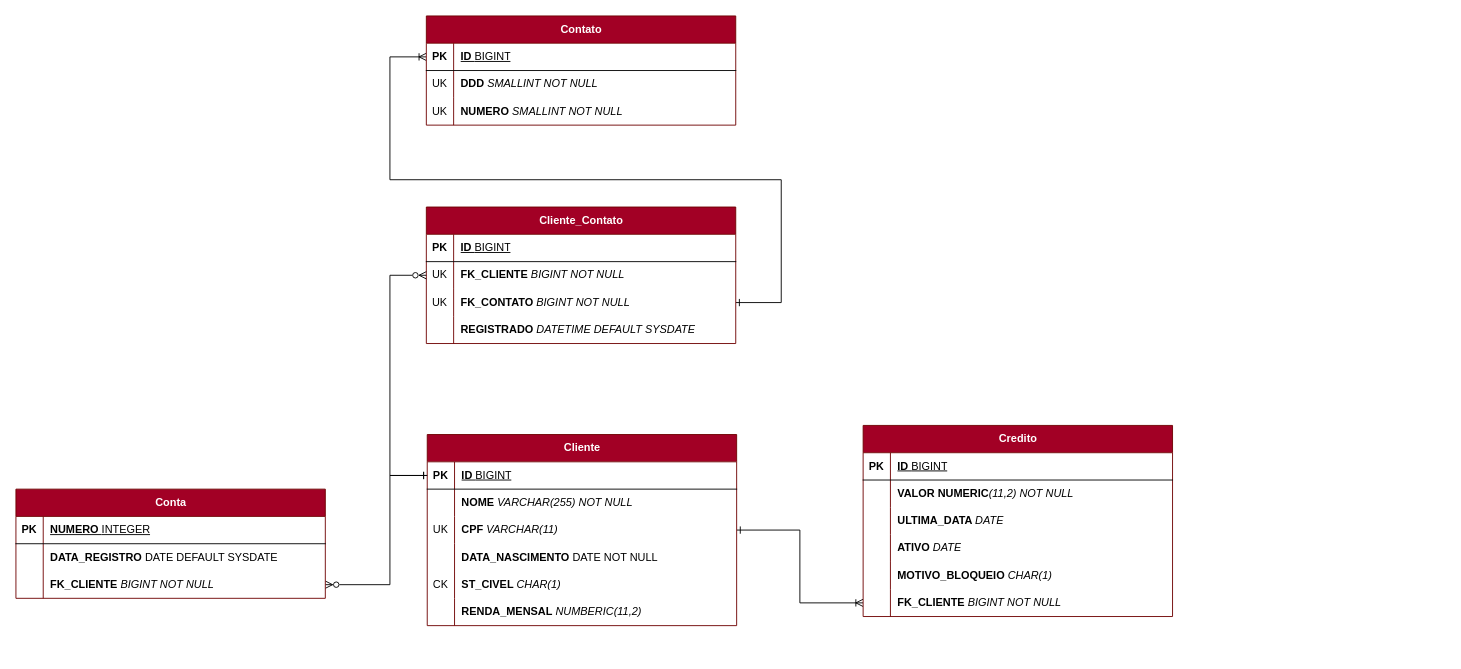
This is src/main/resources/cets/DER.drawio from JAILTONDPAULA/atividade2, a draw.io file, before an edit. Source tidied: cells renumbered, new cells numbered last; positions are measured from the earlier drawing's top-left corner, leaving out a move shared by most shapes. Both pictures are drawn from the tidied source at 91%, with x=0, y=0 at pixel (15, 15).
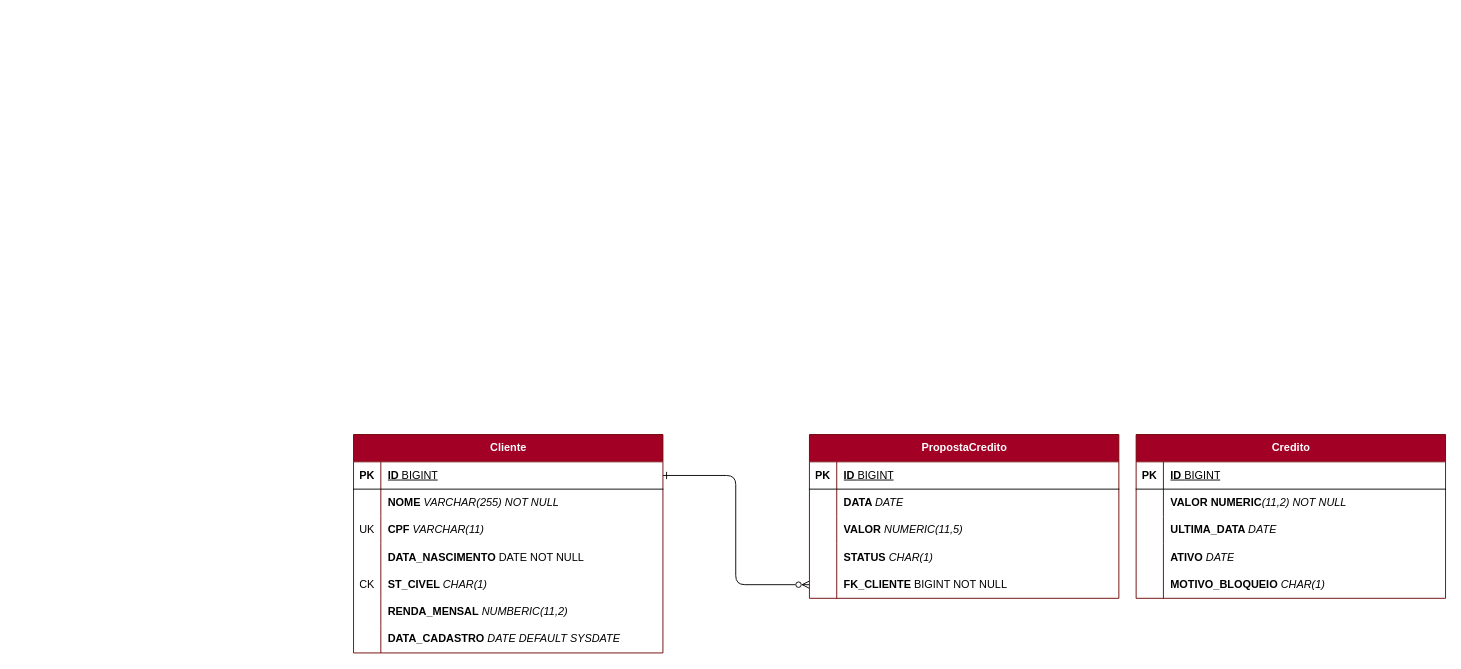
The same diagram, later.

Unchanged cells that the change refers to:
```xml
<mxCell id="5" style="shape=tableRow;horizontal=0;startSize=0;swimlaneHead=0;swimlaneBody=0;fillColor=none;points=[[0,0.5],[1,0.5]];portConstraint=eastwest;top=0;left=0;right=0;bottom=1;" parent="4" vertex="1">
  <mxGeometry y="30" width="340" height="30" as="geometry" />
</mxCell>
```

What changed in the source:
```diff
@@
-    <mxCell id="2" style="edgeStyle=orthogonalEdgeStyle;rounded=0;jettySize=auto;html=1;entryX=1;entryY=0.5;entryDx=0;entryDy=0;exitX=0;exitY=0.5;exitDx=0;exitDy=0;endArrow=ERzeroToMany;endFill=0;startArrow=ERone;startFill=0;" parent="1" edge="1" source="5" target="55">
-      <mxGeometry relative="1" as="geometry">
-        <Array as="points">
-          <mxPoint x="411" y="505" />
-          <mxPoint x="411" y="625" />
-        </Array>
-      </mxGeometry>
-    </mxCell>
-    <mxCell id="3" style="edgeStyle=orthogonalEdgeStyle;rounded=0;jettySize=auto;html=1;entryX=0;entryY=0.5;entryDx=0;entryDy=0;endArrow=ERoneToMany;endFill=0;startArrow=ERone;startFill=0;" parent="1" edge="1" source="4" target="74">
-      <mxGeometry relative="1" as="geometry" />
-    </mxCell>
+    <mxCell id="77" style="edgeStyle=orthogonalEdgeStyle;rounded=1;jettySize=auto;html=1;entryX=0;entryY=0.5;entryDx=0;entryDy=0;curved=0;exitX=1;exitY=0.5;exitDx=0;exitDy=0;endArrow=ERzeroToMany;endFill=0;startArrow=ERone;startFill=0;" parent="1" edge="1" source="5" target="93">
+      <mxGeometry relative="1" as="geometry">
+        <Array as="points">
+          <mxPoint x="791" y="505" />
+          <mxPoint x="791" y="625" />
+        </Array>
+      </mxGeometry>
+    </mxCell>
     <mxCell id="4" value="Cliente" style="shape=table;startSize=30;childLayout=tableLayout;rowLines=0;fontStyle=1;align=center;html=1;fillColor=#a20025;fontColor=#ffffff;strokeColor=#6F0000;swimlaneFillColor=default;" parent="1" vertex="1">
-      <mxGeometry x="452" y="460" width="340" height="210" as="geometry" />
+      <mxGeometry x="371" y="460" width="340" height="240" as="geometry" />
     </mxCell>
@@
-    <mxCell id="23" style="edgeStyle=orthogonalEdgeStyle;rounded=0;jettySize=auto;html=1;exitX=0;exitY=0.5;exitDx=0;exitDy=0;entryX=1;entryY=0.5;entryDx=0;entryDy=0;endArrow=ERone;endFill=0;startArrow=ERoneToMany;startFill=0;" parent="1" edge="1" source="25" target="41">
-      <mxGeometry relative="1" as="geometry">
-        <Array as="points">
-          <mxPoint x="411" y="45" />
-          <mxPoint x="411" y="180" />
-          <mxPoint x="841" y="180" />
-          <mxPoint x="841" y="315" />
-        </Array>
-      </mxGeometry>
-    </mxCell>
-    <mxCell id="24" value="Contato" style="shape=table;startSize=30;childLayout=tableLayout;rowLines=0;fontStyle=1;align=center;html=1;fillColor=#a20025;fontColor=#ffffff;strokeColor=#6F0000;swimlaneFillColor=default;" parent="1" vertex="1">
-      <mxGeometry x="451" width="340" height="120" as="geometry" />
-    </mxCell>
-    <mxCell id="25" style="shape=tableRow;horizontal=0;startSize=0;swimlaneHead=0;swimlaneBody=0;fillColor=none;points=[[0,0.5],[1,0.5]];portConstraint=eastwest;top=0;left=0;right=0;bottom=1;" parent="24" vertex="1">
-      <mxGeometry y="30" width="340" height="30" as="geometry" />
-    </mxCell>
-    <mxCell id="26" value="PK" style="shape=partialRectangle;fillColor=none;top=0;left=0;bottom=0;right=0;fontStyle=1;overflow=hidden;whiteSpace=wrap;html=1;" parent="25" vertex="1">
-      <mxGeometry width="30" height="30" as="geometry" />
-    </mxCell>
-    <mxCell id="27" value="ID &lt;span style=&quot;font-weight: normal;&quot;&gt;BIGINT&lt;/span&gt;" style="shape=partialRectangle;fillColor=none;top=0;left=0;bottom=0;right=0;align=left;spacingLeft=6;fontStyle=5;overflow=hidden;whiteSpace=wrap;html=1;" parent="25" vertex="1">
-      <mxGeometry x="30" width="310" height="30" as="geometry" />
-    </mxCell>
-    <mxCell id="28" style="shape=tableRow;horizontal=0;startSize=0;swimlaneHead=0;swimlaneBody=0;fillColor=none;top=0;left=0;right=0;bottom=0;" parent="24" vertex="1">
-      <mxGeometry y="60" width="340" height="30" as="geometry" />
-    </mxCell>
-    <mxCell id="29" value="UK" style="shape=partialRectangle;fillColor=none;top=0;left=0;bottom=0;right=0;overflow=hidden;whiteSpace=wrap;html=1;" parent="28" vertex="1">
-      <mxGeometry width="30" height="30" as="geometry" />
-    </mxCell>
-    <mxCell id="30" value="&lt;b&gt;DDD&amp;nbsp;&lt;/b&gt;&lt;i&gt;SMALLINT NOT NULL&lt;/i&gt;" style="shape=partialRectangle;fillColor=none;top=0;left=0;bottom=0;right=0;align=left;spacingLeft=6;overflow=hidden;whiteSpace=wrap;html=1;" parent="28" vertex="1">
-      <mxGeometry x="30" width="310" height="30" as="geometry" />
-    </mxCell>
-    <mxCell id="31" style="shape=tableRow;horizontal=0;startSize=0;swimlaneHead=0;swimlaneBody=0;fillColor=none;top=0;left=0;right=0;bottom=0;" parent="24" vertex="1">
-      <mxGeometry y="90" width="340" height="30" as="geometry" />
-    </mxCell>
-    <mxCell id="32" value="UK" style="shape=partialRectangle;fillColor=none;top=0;left=0;bottom=0;right=0;overflow=hidden;whiteSpace=wrap;html=1;" parent="31" vertex="1">
-      <mxGeometry width="30" height="30" as="geometry" />
-    </mxCell>
-    <mxCell id="33" value="&lt;b&gt;NUMERO &lt;/b&gt;&lt;i&gt;SMALLINT&amp;nbsp;&lt;/i&gt;&lt;i style=&quot;&quot;&gt;NOT NULL&lt;/i&gt;" style="shape=partialRectangle;fillColor=none;top=0;left=0;bottom=0;right=0;align=left;spacingLeft=6;overflow=hidden;whiteSpace=wrap;html=1;" parent="31" vertex="1">
-      <mxGeometry x="30" width="310" height="30" as="geometry" />
-    </mxCell>
-    <mxCell id="34" value="Cliente_Contato" style="shape=table;startSize=30;childLayout=tableLayout;rowLines=0;fontStyle=1;align=center;html=1;fillColor=#a20025;fontColor=#ffffff;strokeColor=#6F0000;swimlaneFillColor=default;" parent="1" vertex="1">
-      <mxGeometry x="451" y="210" width="340" height="150" as="geometry" />
-    </mxCell>
-    <mxCell id="35" style="shape=tableRow;horizontal=0;startSize=0;swimlaneHead=0;swimlaneBody=0;fillColor=none;top=0;left=0;right=0;bottom=1;" parent="34" vertex="1">
-      <mxGeometry y="30" width="340" height="30" as="geometry" />
-    </mxCell>
-    <mxCell id="36" value="PK" style="shape=partialRectangle;fillColor=none;top=0;left=0;bottom=0;right=0;fontStyle=1;overflow=hidden;whiteSpace=wrap;html=1;" parent="35" vertex="1">
-      <mxGeometry width="30" height="30" as="geometry" />
-    </mxCell>
-    <mxCell id="37" value="ID &lt;span style=&quot;font-weight: normal;&quot;&gt;BIGINT&lt;/span&gt;" style="shape=partialRectangle;fillColor=none;top=0;left=0;bottom=0;right=0;align=left;spacingLeft=6;fontStyle=5;overflow=hidden;whiteSpace=wrap;html=1;" parent="35" vertex="1">
-      <mxGeometry x="30" width="310" height="30" as="geometry" />
-    </mxCell>
-    <mxCell id="38" style="shape=tableRow;horizontal=0;startSize=0;swimlaneHead=0;swimlaneBody=0;fillColor=none;points=[[0,0.5],[1,0.5]];portConstraint=eastwest;top=0;left=0;right=0;bottom=0;" parent="34" vertex="1">
-      <mxGeometry y="60" width="340" height="30" as="geometry" />
-    </mxCell>
-    <mxCell id="39" value="UK" style="shape=partialRectangle;fillColor=none;top=0;left=0;bottom=0;right=0;overflow=hidden;whiteSpace=wrap;html=1;" parent="38" vertex="1">
-      <mxGeometry width="30" height="30" as="geometry" />
-    </mxCell>
-    <mxCell id="40" value="&lt;b&gt;FK_CLIENTE&amp;nbsp;&lt;/b&gt;&lt;i&gt;BIGINT NOT NULL&lt;/i&gt;" style="shape=partialRectangle;fillColor=none;top=0;left=0;bottom=0;right=0;align=left;spacingLeft=6;overflow=hidden;whiteSpace=wrap;html=1;" parent="38" vertex="1">
-      <mxGeometry x="30" width="310" height="30" as="geometry" />
-    </mxCell>
-    <mxCell id="41" style="shape=tableRow;horizontal=0;startSize=0;swimlaneHead=0;swimlaneBody=0;fillColor=none;points=[[0,0.5],[1,0.5]];portConstraint=eastwest;top=0;left=0;right=0;bottom=0;" parent="34" vertex="1">
-      <mxGeometry y="90" width="340" height="30" as="geometry" />
-    </mxCell>
-    <mxCell id="42" value="UK" style="shape=partialRectangle;fillColor=none;top=0;left=0;bottom=0;right=0;overflow=hidden;whiteSpace=wrap;html=1;" parent="41" vertex="1">
-      <mxGeometry width="30" height="30" as="geometry" />
-    </mxCell>
-    <mxCell id="43" value="&lt;b&gt;FK_CONTATO &lt;/b&gt;&lt;i&gt;BIGINT NOT NULL&lt;/i&gt;" style="shape=partialRectangle;fillColor=none;top=0;left=0;bottom=0;right=0;align=left;spacingLeft=6;overflow=hidden;whiteSpace=wrap;html=1;" parent="41" vertex="1">
-      <mxGeometry x="30" width="310" height="30" as="geometry" />
-    </mxCell>
-    <mxCell id="44" style="shape=tableRow;horizontal=0;startSize=0;swimlaneHead=0;swimlaneBody=0;fillColor=none;top=0;left=0;right=0;bottom=0;" parent="34" vertex="1">
-      <mxGeometry y="120" width="340" height="30" as="geometry" />
-    </mxCell>
-    <mxCell id="45" style="shape=partialRectangle;fillColor=none;top=0;left=0;bottom=0;right=0;overflow=hidden;whiteSpace=wrap;html=1;" parent="44" vertex="1">
-      <mxGeometry width="30" height="30" as="geometry" />
-    </mxCell>
-    <mxCell id="46" value="&lt;b&gt;REGISTRADO &lt;/b&gt;&lt;i&gt;DATETIME DEFAULT SYSDATE&lt;/i&gt;" style="shape=partialRectangle;fillColor=none;top=0;left=0;bottom=0;right=0;align=left;spacingLeft=6;overflow=hidden;whiteSpace=wrap;html=1;" parent="44" vertex="1">
-      <mxGeometry x="30" width="310" height="30" as="geometry" />
-    </mxCell>
-    <mxCell id="47" style="edgeStyle=orthogonalEdgeStyle;rounded=0;jettySize=auto;html=1;entryX=0;entryY=0.5;entryDx=0;entryDy=0;exitX=0;exitY=0.5;exitDx=0;exitDy=0;endArrow=ERone;endFill=0;startArrow=ERzeroToMany;startFill=0;" parent="1" edge="1" source="38" target="5">
-      <mxGeometry relative="1" as="geometry">
-        <Array as="points">
-          <mxPoint x="411" y="285" />
-          <mxPoint x="411" y="505" />
-        </Array>
-      </mxGeometry>
-    </mxCell>
-    <mxCell id="48" value="Conta" style="shape=table;startSize=30;childLayout=tableLayout;rowLines=0;fontStyle=1;align=center;html=1;fillColor=#a20025;fontColor=#ffffff;strokeColor=#6F0000;swimlaneFillColor=default;" parent="1" vertex="1">
-      <mxGeometry y="520" width="340" height="120" as="geometry" />
-    </mxCell>
-    <mxCell id="49" style="shape=tableRow;horizontal=0;startSize=0;swimlaneHead=0;swimlaneBody=0;fillColor=none;top=0;left=0;right=0;bottom=1;" parent="48" vertex="1">
-      <mxGeometry y="30" width="340" height="30" as="geometry" />
-    </mxCell>
-    <mxCell id="50" value="PK" style="shape=partialRectangle;fillColor=none;top=0;left=0;bottom=0;right=0;fontStyle=1;overflow=hidden;whiteSpace=wrap;html=1;" parent="49" vertex="1">
-      <mxGeometry width="30" height="30" as="geometry" />
-    </mxCell>
-    <mxCell id="51" value="NUMERO&amp;nbsp;&lt;span style=&quot;font-weight: normal;&quot;&gt;INTEGER&lt;/span&gt;" style="shape=partialRectangle;fillColor=none;top=0;left=0;bottom=0;right=0;align=left;spacingLeft=6;fontStyle=5;overflow=hidden;whiteSpace=wrap;html=1;" parent="49" vertex="1">
-      <mxGeometry x="30" width="310" height="30" as="geometry" />
-    </mxCell>
-    <mxCell id="52" style="shape=tableRow;horizontal=0;startSize=0;swimlaneHead=0;swimlaneBody=0;fillColor=none;top=0;left=0;right=0;bottom=0;" parent="48" vertex="1">
-      <mxGeometry y="60" width="340" height="30" as="geometry" />
-    </mxCell>
-    <mxCell id="53" style="shape=partialRectangle;fillColor=none;top=0;left=0;bottom=0;right=0;overflow=hidden;whiteSpace=wrap;html=1;" parent="52" vertex="1">
-      <mxGeometry width="30" height="30" as="geometry" />
-    </mxCell>
-    <mxCell id="54" value="&lt;b&gt;DATA_REGISTRO &lt;/b&gt;DATE DEFAULT SYSDATE" style="shape=partialRectangle;fillColor=none;top=0;left=0;bottom=0;right=0;align=left;spacingLeft=6;overflow=hidden;whiteSpace=wrap;html=1;" parent="52" vertex="1">
-      <mxGeometry x="30" width="310" height="30" as="geometry" />
-    </mxCell>
-    <mxCell id="55" style="shape=tableRow;horizontal=0;startSize=0;swimlaneHead=0;swimlaneBody=0;fillColor=none;points=[[0,0.5],[1,0.5]];portConstraint=eastwest;top=0;left=0;right=0;bottom=0;" parent="48" vertex="1">
-      <mxGeometry y="90" width="340" height="30" as="geometry" />
-    </mxCell>
-    <mxCell id="56" style="shape=partialRectangle;fillColor=none;top=0;left=0;bottom=0;right=0;overflow=hidden;whiteSpace=wrap;html=1;" parent="55" vertex="1">
-      <mxGeometry width="30" height="30" as="geometry" />
-    </mxCell>
-    <mxCell id="57" value="&lt;b&gt;FK_CLIENTE &lt;/b&gt;&lt;i style=&quot;&quot;&gt;BIGINT NOT NULL&lt;/i&gt;" style="shape=partialRectangle;fillColor=none;top=0;left=0;bottom=0;right=0;align=left;spacingLeft=6;overflow=hidden;whiteSpace=wrap;html=1;" parent="55" vertex="1">
-      <mxGeometry x="30" width="310" height="30" as="geometry" />
-    </mxCell>
+    <mxCell id="78" style="shape=tableRow;horizontal=0;startSize=0;swimlaneHead=0;swimlaneBody=0;fillColor=none;top=0;left=0;right=0;bottom=0;" parent="4" vertex="1">
+      <mxGeometry y="210" width="340" height="30" as="geometry" />
+    </mxCell>
+    <mxCell id="79" style="shape=partialRectangle;fillColor=none;top=0;left=0;bottom=0;right=0;overflow=hidden;whiteSpace=wrap;html=1;" parent="78" vertex="1">
+      <mxGeometry width="30" height="30" as="geometry" />
+    </mxCell>
+    <mxCell id="80" value="&lt;b&gt;DATA_CADASTRO&amp;nbsp;&lt;/b&gt;&lt;i&gt;DATE DEFAULT SYSDATE&amp;nbsp;&lt;/i&gt;" style="shape=partialRectangle;fillColor=none;top=0;left=0;bottom=0;right=0;align=left;spacingLeft=6;overflow=hidden;whiteSpace=wrap;html=1;" parent="78" vertex="1">
+      <mxGeometry x="30" width="310" height="30" as="geometry" />
+    </mxCell>
     <mxCell id="58" value="Credito" style="shape=table;startSize=30;childLayout=tableLayout;rowLines=0;fontStyle=1;align=center;html=1;fillColor=#a20025;fontColor=#ffffff;strokeColor=#6F0000;swimlaneFillColor=default;" parent="1" vertex="1">
-      <mxGeometry x="931" y="450" width="340" height="210" as="geometry" />
+      <mxGeometry x="1231" y="460" width="340" height="180" as="geometry" />
     </mxCell>
@@
-    <mxCell id="74" style="shape=tableRow;horizontal=0;startSize=0;swimlaneHead=0;swimlaneBody=0;fillColor=none;points=[[0,0.5],[1,0.5]];portConstraint=eastwest;top=0;left=0;right=0;bottom=0;" parent="58" vertex="1">
-      <mxGeometry y="180" width="340" height="30" as="geometry" />
-    </mxCell>
-    <mxCell id="75" style="shape=partialRectangle;fillColor=none;top=0;left=0;bottom=0;right=0;overflow=hidden;whiteSpace=wrap;html=1;" parent="74" vertex="1">
-      <mxGeometry width="30" height="30" as="geometry" />
-    </mxCell>
-    <mxCell id="76" value="&lt;b&gt;FK_CLIENTE &lt;/b&gt;&lt;i&gt;BIGINT NOT NULL&lt;/i&gt;" style="shape=partialRectangle;fillColor=none;top=0;left=0;bottom=0;right=0;align=left;spacingLeft=6;overflow=hidden;whiteSpace=wrap;html=1;" parent="74" vertex="1">
-      <mxGeometry x="30" width="310" height="30" as="geometry" />
-    </mxCell>
+    <mxCell id="81" value="PropostaCredito" style="shape=table;startSize=30;childLayout=tableLayout;rowLines=0;fontStyle=1;align=center;html=1;fillColor=#a20025;fontColor=#ffffff;strokeColor=#6F0000;swimlaneFillColor=default;" parent="1" vertex="1">
+      <mxGeometry x="872" y="460" width="340" height="180" as="geometry" />
+    </mxCell>
+    <mxCell id="82" style="shape=tableRow;horizontal=0;startSize=0;swimlaneHead=0;swimlaneBody=0;fillColor=none;top=0;left=0;right=0;bottom=1;" parent="81" vertex="1">
+      <mxGeometry y="30" width="340" height="30" as="geometry" />
+    </mxCell>
+    <mxCell id="83" value="PK" style="shape=partialRectangle;fillColor=none;top=0;left=0;bottom=0;right=0;fontStyle=1;overflow=hidden;whiteSpace=wrap;html=1;" parent="82" vertex="1">
+      <mxGeometry width="30" height="30" as="geometry" />
+    </mxCell>
+    <mxCell id="84" value="ID &lt;span style=&quot;font-weight: normal;&quot;&gt;BIGINT&lt;/span&gt;" style="shape=partialRectangle;fillColor=none;top=0;left=0;bottom=0;right=0;align=left;spacingLeft=6;fontStyle=5;overflow=hidden;whiteSpace=wrap;html=1;" parent="82" vertex="1">
+      <mxGeometry x="30" width="310" height="30" as="geometry" />
+    </mxCell>
+    <mxCell id="85" style="shape=tableRow;horizontal=0;startSize=0;swimlaneHead=0;swimlaneBody=0;fillColor=none;top=0;left=0;right=0;bottom=0;" parent="81" vertex="1">
+      <mxGeometry y="60" width="340" height="30" as="geometry" />
+    </mxCell>
+    <mxCell id="86" style="shape=partialRectangle;fillColor=none;top=0;left=0;bottom=0;right=0;overflow=hidden;whiteSpace=wrap;html=1;" parent="85" vertex="1">
+      <mxGeometry width="30" height="30" as="geometry" />
+    </mxCell>
+    <mxCell id="87" value="&lt;b&gt;DATA &lt;/b&gt;&lt;i&gt;DATE&lt;/i&gt;" style="shape=partialRectangle;fillColor=none;top=0;left=0;bottom=0;right=0;align=left;spacingLeft=6;overflow=hidden;whiteSpace=wrap;html=1;" parent="85" vertex="1">
+      <mxGeometry x="30" width="310" height="30" as="geometry" />
+    </mxCell>
+    <mxCell id="88" style="shape=tableRow;horizontal=0;startSize=0;swimlaneHead=0;swimlaneBody=0;fillColor=none;top=0;left=0;right=0;bottom=0;" parent="81" vertex="1">
+      <mxGeometry y="90" width="340" height="30" as="geometry" />
+    </mxCell>
+    <mxCell id="89" style="shape=partialRectangle;fillColor=none;top=0;left=0;bottom=0;right=0;overflow=hidden;whiteSpace=wrap;html=1;" parent="88" vertex="1">
+      <mxGeometry width="30" height="30" as="geometry" />
+    </mxCell>
+    <mxCell id="90" value="&lt;b&gt;VALOR &lt;/b&gt;&lt;i&gt;NUMERIC(11,5)&lt;/i&gt;" style="shape=partialRectangle;fillColor=none;top=0;left=0;bottom=0;right=0;align=left;spacingLeft=6;overflow=hidden;whiteSpace=wrap;html=1;" parent="88" vertex="1">
+      <mxGeometry x="30" width="310" height="30" as="geometry" />
+    </mxCell>
+    <mxCell id="44" style="shape=tableRow;horizontal=0;startSize=0;swimlaneHead=0;swimlaneBody=0;fillColor=none;top=0;left=0;right=0;bottom=0;" parent="81" vertex="1">
+      <mxGeometry y="120" width="340" height="30" as="geometry" />
+    </mxCell>
+    <mxCell id="91" style="shape=partialRectangle;fillColor=none;top=0;left=0;bottom=0;right=0;overflow=hidden;whiteSpace=wrap;html=1;" parent="44" vertex="1">
+      <mxGeometry width="30" height="30" as="geometry" />
+    </mxCell>
+    <mxCell id="92" value="&lt;b&gt;STATUS &lt;/b&gt;&lt;i&gt;CHAR(1)&lt;/i&gt;" style="shape=partialRectangle;fillColor=none;top=0;left=0;bottom=0;right=0;align=left;spacingLeft=6;overflow=hidden;whiteSpace=wrap;html=1;" parent="44" vertex="1">
+      <mxGeometry x="30" width="310" height="30" as="geometry" />
+    </mxCell>
+    <mxCell id="93" style="shape=tableRow;horizontal=0;startSize=0;swimlaneHead=0;swimlaneBody=0;fillColor=none;points=[[0,0.5],[1,0.5]];portConstraint=eastwest;top=0;left=0;right=0;bottom=0;" parent="81" vertex="1">
+      <mxGeometry y="150" width="340" height="30" as="geometry" />
+    </mxCell>
+    <mxCell id="94" style="shape=partialRectangle;fillColor=none;top=0;left=0;bottom=0;right=0;overflow=hidden;whiteSpace=wrap;html=1;" parent="93" vertex="1">
+      <mxGeometry width="30" height="30" as="geometry" />
+    </mxCell>
+    <mxCell id="95" value="&lt;b&gt;FK_CLIENTE&lt;/b&gt;&lt;i style=&quot;font-weight: bold;&quot;&gt;&amp;nbsp;&lt;/i&gt;BIGINT NOT NULL" style="shape=partialRectangle;fillColor=none;top=0;left=0;bottom=0;right=0;align=left;spacingLeft=6;overflow=hidden;whiteSpace=wrap;html=1;" parent="93" vertex="1">
+      <mxGeometry x="30" width="310" height="30" as="geometry" />
+    </mxCell>
```
